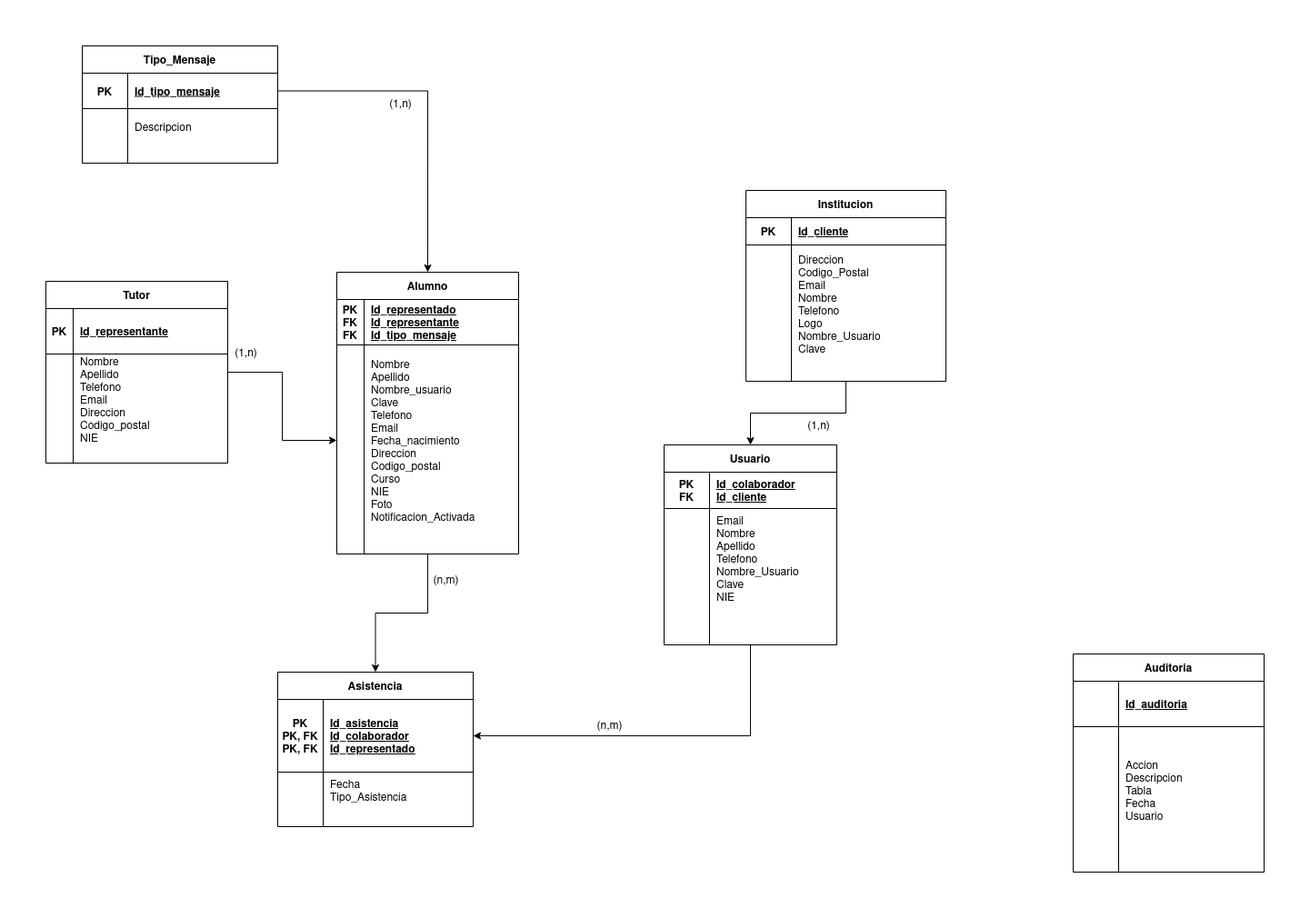
Earlier version of the draw.io export PGL/App-ScAnttendees/img/ScAnttendees.drawio.png (dereck043/DAM2-Projects). Source tidied: cells renumbered, new cells last; positions are measured from the earlier drawing's top-left corner, leaving out a move shared by most shapes.
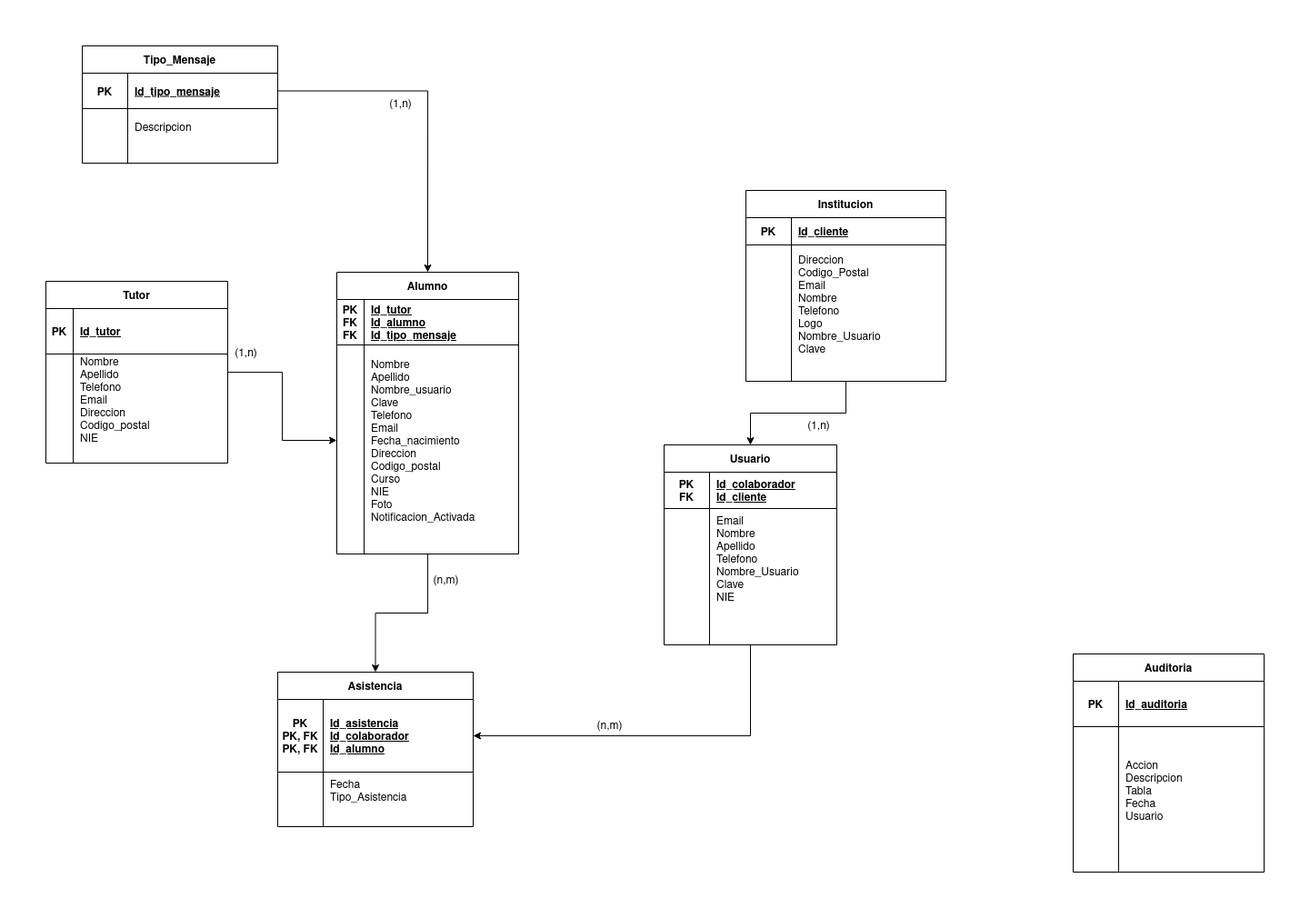
The same file after the commit.

The edit, as a diff of the source:
```diff
@@ -14,7 +14,7 @@
     <mxCell id="5" value="PK&#10;FK&#10;FK" style="shape=partialRectangle;overflow=hidden;fillColor=none;top=0;left=0;bottom=0;right=0;fontStyle=1;" parent="4" vertex="1">
       <mxGeometry width="30" height="50" as="geometry" />
     </mxCell>
-    <mxCell id="6" value="Id_representado&#10;Id_representante&#10;Id_tipo_mensaje" style="shape=partialRectangle;overflow=hidden;fillColor=none;top=0;left=0;bottom=0;right=0;align=left;spacingLeft=6;fontStyle=5;" parent="4" vertex="1">
+    <mxCell id="6" value="Id_tutor&#10;Id_alumno&#10;Id_tipo_mensaje" style="shape=partialRectangle;overflow=hidden;fillColor=none;top=0;left=0;bottom=0;right=0;align=left;spacingLeft=6;fontStyle=5;" parent="4" vertex="1">
       <mxGeometry x="30" width="170" height="50" as="geometry" />
     </mxCell>
     <mxCell id="7" style="shape=partialRectangle;fillColor=none;points=[[0,0.5],[1,0.5]];portConstraint=eastwest;top=0;left=0;right=0;bottom=0;" parent="3" vertex="1">
@@ -110,7 +110,7 @@
     <mxCell id="37" value="PK&#10;PK, FK&#10;PK, FK" style="shape=partialRectangle;overflow=hidden;fillColor=none;top=0;left=0;bottom=0;right=0;fontStyle=1;" parent="36" vertex="1">
       <mxGeometry width="50" height="80" as="geometry" />
     </mxCell>
-    <mxCell id="38" value="Id_asistencia&#10;Id_colaborador&#10;Id_representado" style="shape=partialRectangle;overflow=hidden;fillColor=none;top=0;left=0;bottom=0;right=0;align=left;spacingLeft=6;fontStyle=5;" parent="36" vertex="1">
+    <mxCell id="38" value="Id_asistencia&#10;Id_colaborador&#10;Id_alumno" style="shape=partialRectangle;overflow=hidden;fillColor=none;top=0;left=0;bottom=0;right=0;align=left;spacingLeft=6;fontStyle=5;" parent="36" vertex="1">
       <mxGeometry x="50" width="165" height="80" as="geometry" />
     </mxCell>
     <mxCell id="39" style="shape=partialRectangle;fillColor=none;top=0;left=0;right=0;bottom=0;" parent="35" vertex="1">
@@ -143,7 +143,7 @@
     <mxCell id="48" value="PK" style="shape=partialRectangle;overflow=hidden;fillColor=none;top=0;left=0;bottom=0;right=0;fontStyle=1;" parent="47" vertex="1">
       <mxGeometry width="30" height="50" as="geometry" />
     </mxCell>
-    <mxCell id="49" value="Id_representante" style="shape=partialRectangle;overflow=hidden;fillColor=none;top=0;left=0;bottom=0;right=0;align=left;spacingLeft=6;fontStyle=5;" parent="47" vertex="1">
+    <mxCell id="49" value="Id_tutor" style="shape=partialRectangle;overflow=hidden;fillColor=none;top=0;left=0;bottom=0;right=0;align=left;spacingLeft=6;fontStyle=5;" parent="47" vertex="1">
       <mxGeometry x="30" width="170" height="50" as="geometry" />
     </mxCell>
     <mxCell id="50" style="shape=partialRectangle;fillColor=none;top=0;left=0;right=0;bottom=0;" parent="46" vertex="1">
@@ -170,7 +170,7 @@
     <mxCell id="57" style="shape=partialRectangle;fillColor=none;top=0;left=0;right=0;bottom=1;" parent="56" vertex="1">
       <mxGeometry y="30" width="210" height="50" as="geometry" />
     </mxCell>
-    <mxCell id="58" style="shape=partialRectangle;overflow=hidden;fillColor=none;top=0;left=0;bottom=0;right=0;fontStyle=1;" parent="57" vertex="1">
+    <mxCell id="58" value="PK" style="shape=partialRectangle;overflow=hidden;fillColor=none;top=0;left=0;bottom=0;right=0;fontStyle=1;" parent="57" vertex="1">
       <mxGeometry width="50" height="50" as="geometry" />
     </mxCell>
     <mxCell id="59" value="Id_auditoria" style="shape=partialRectangle;overflow=hidden;fillColor=none;top=0;left=0;bottom=0;right=0;align=left;spacingLeft=6;fontStyle=5;" parent="57" vertex="1">
```
